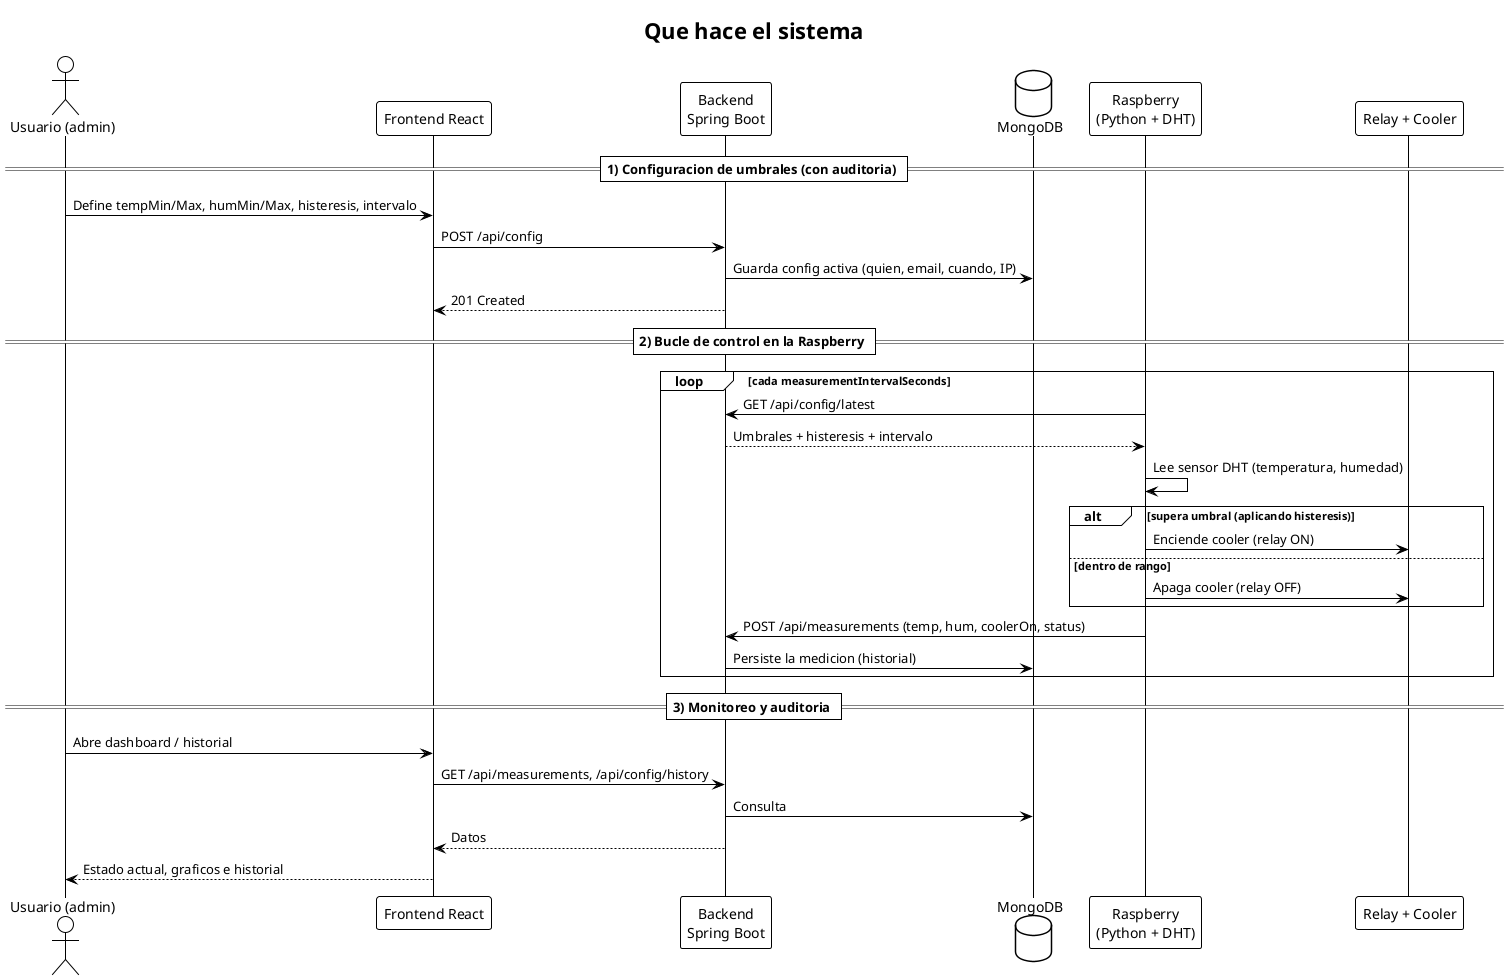
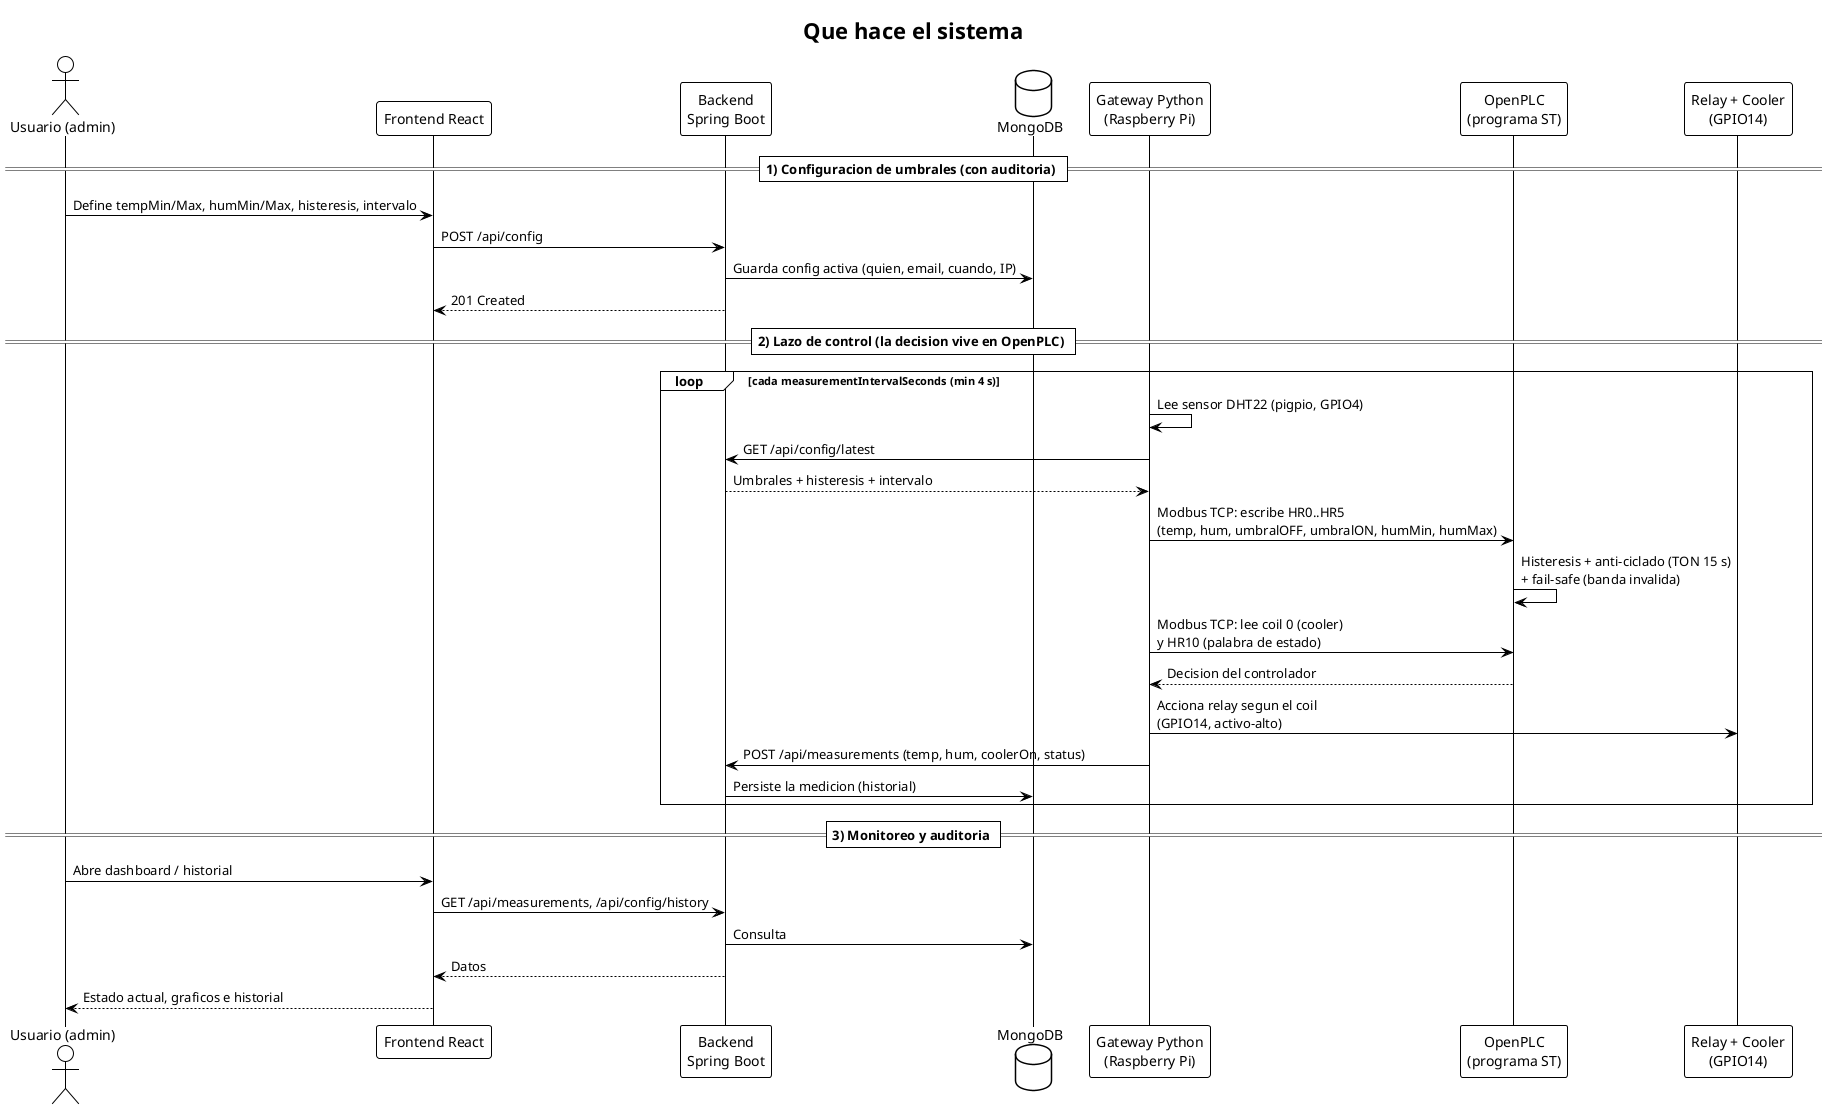
@startuml sequence
!theme plain
skinparam backgroundColor #FFFFFF
skinparam shadowing false
- ' Diagrama de secuencia (UML) — configuracion, bucle de control y monitoreo.
+ ' Diagrama de secuencia (UML) — configuracion, lazo de control (decision en OpenPLC) y monitoreo.
title Que hace el sistema

actor "Usuario (admin)" as U
participant "Frontend React" as FE
participant "Backend\nSpring Boot" as API
database "MongoDB" as DB
- participant "Raspberry\n(Python + DHT)" as RPi
- participant "Relay + Cooler" as HW
+ participant "Gateway Python\n(Raspberry Pi)" as GW
+ participant "OpenPLC\n(programa ST)" as PLC
+ participant "Relay + Cooler\n(GPIO14)" as HW

== 1) Configuracion de umbrales (con auditoria) ==
U -> FE : Define tempMin/Max, humMin/Max, histeresis, intervalo
FE -> API : POST /api/config
API -> DB : Guarda config activa (quien, email, cuando, IP)
API --> FE : 201 Created

- == 2) Bucle de control en la Raspberry ==
- loop cada measurementIntervalSeconds
-   RPi -> API : GET /api/config/latest
-   API --> RPi : Umbrales + histeresis + intervalo
-   RPi -> RPi : Lee sensor DHT (temperatura, humedad)
-   alt supera umbral (aplicando histeresis)
-     RPi -> HW : Enciende cooler (relay ON)
-   else dentro de rango
-     RPi -> HW : Apaga cooler (relay OFF)
-   end
-   RPi -> API : POST /api/measurements (temp, hum, coolerOn, status)
+ == 2) Lazo de control (la decision vive en OpenPLC) ==
+ loop cada measurementIntervalSeconds (min 4 s)
+   GW -> GW : Lee sensor DHT22 (pigpio, GPIO4)
+   GW -> API : GET /api/config/latest
+   API --> GW : Umbrales + histeresis + intervalo
+   GW -> PLC : Modbus TCP: escribe HR0..HR5\n(temp, hum, umbralOFF, umbralON, humMin, humMax)
+   PLC -> PLC : Histeresis + anti-ciclado (TON 15 s)\n+ fail-safe (banda invalida)
+   GW -> PLC : Modbus TCP: lee coil 0 (cooler)\ny HR10 (palabra de estado)
+   PLC --> GW : Decision del controlador
+   GW -> HW : Acciona relay segun el coil\n(GPIO14, activo-alto)
+   GW -> API : POST /api/measurements (temp, hum, coolerOn, status)
  API -> DB : Persiste la medicion (historial)
end

== 3) Monitoreo y auditoria ==
U -> FE : Abre dashboard / historial
FE -> API : GET /api/measurements, /api/config/history
API -> DB : Consulta
API --> FE : Datos
FE --> U : Estado actual, graficos e historial
@enduml
